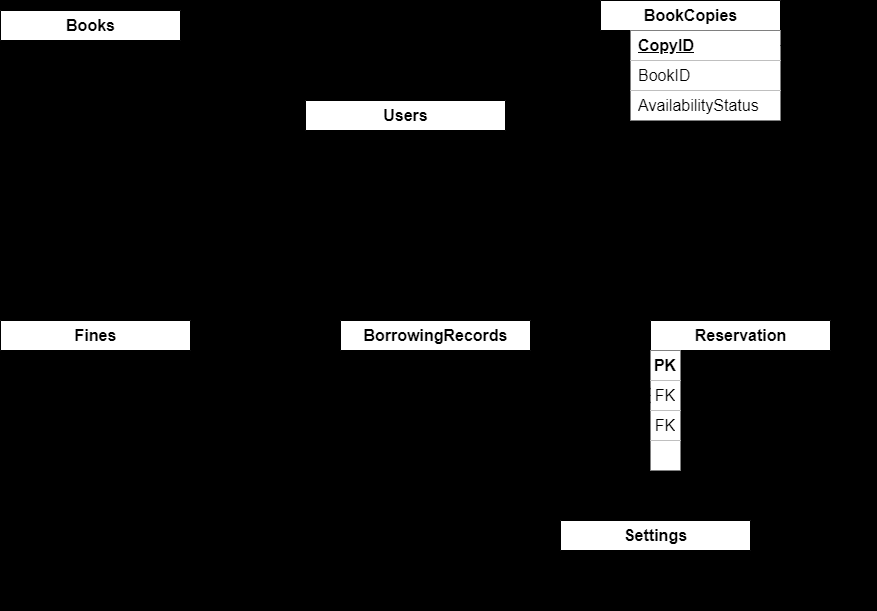
Above: Library Relational Schema.png in amineElgaini/LibraryApp (draw.io), before the change. Source tidied: cells renumbered, new cells last; positions are measured from the earlier drawing's top-left corner, leaving out a move shared by most shapes.
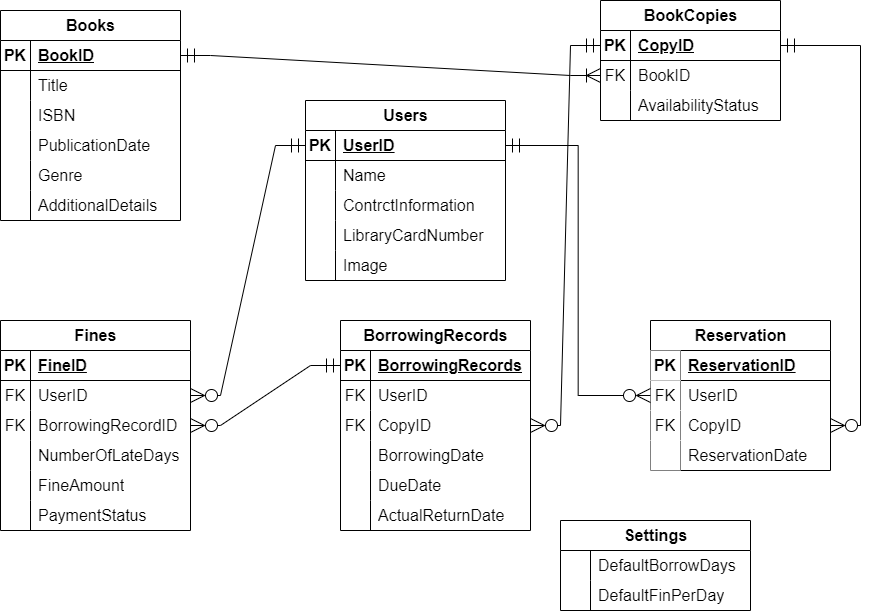
Above is the later version.

What changed in the source:
```diff
@@ -1,4 +1,4 @@
-<mxGraphModel background="#000000">
+<mxGraphModel>
   <root>
     <mxCell id="0" />
     <mxCell id="1" parent="0" />
@@ -68,7 +68,7 @@
     <mxCell id="23" value="PK" style="shape=partialRectangle;fillColor=none;top=0;left=0;bottom=0;right=0;fontStyle=1;overflow=hidden;whiteSpace=wrap;html=1;fontSize=16;" parent="22" vertex="1">
       <mxGeometry width="30" height="30" as="geometry" />
     </mxCell>
-    <mxCell id="24" value="CopyID" style="shape=partialRectangle;fillColor=default;top=0;left=0;bottom=0;right=0;align=left;spacingLeft=6;fontStyle=5;overflow=hidden;whiteSpace=wrap;html=1;fontSize=16;" parent="22" vertex="1">
+    <mxCell id="24" value="CopyID" style="shape=partialRectangle;fillColor=none;top=0;left=0;bottom=0;right=0;align=left;spacingLeft=6;fontStyle=5;overflow=hidden;whiteSpace=wrap;html=1;fontSize=16;" parent="22" vertex="1">
       <mxGeometry x="30" width="150" height="30" as="geometry" />
     </mxCell>
     <mxCell id="25" style="shape=tableRow;horizontal=0;startSize=0;swimlaneHead=0;swimlaneBody=0;fillColor=none;points=[[0,0.5],[1,0.5]];portConstraint=eastwest;top=0;left=0;right=0;bottom=0;fontSize=16;" parent="21" vertex="1">
@@ -77,7 +77,7 @@
     <mxCell id="26" value="FK" style="shape=partialRectangle;fillColor=none;top=0;left=0;bottom=0;right=0;overflow=hidden;whiteSpace=wrap;html=1;fontSize=16;" parent="25" vertex="1">
       <mxGeometry width="30" height="30" as="geometry" />
     </mxCell>
-    <mxCell id="27" value="BookID" style="shape=partialRectangle;fillColor=default;top=0;left=0;bottom=0;right=0;align=left;spacingLeft=6;overflow=hidden;whiteSpace=wrap;html=1;fontSize=16;" parent="25" vertex="1">
+    <mxCell id="27" value="BookID" style="shape=partialRectangle;fillColor=none;top=0;left=0;bottom=0;right=0;align=left;spacingLeft=6;overflow=hidden;whiteSpace=wrap;html=1;fontSize=16;" parent="25" vertex="1">
       <mxGeometry x="30" width="150" height="30" as="geometry" />
     </mxCell>
     <mxCell id="28" style="shape=tableRow;horizontal=0;startSize=0;swimlaneHead=0;swimlaneBody=0;fillColor=none;top=0;left=0;right=0;bottom=0;fontSize=16;" parent="21" vertex="1">
@@ -86,7 +86,7 @@
     <mxCell id="29" style="shape=partialRectangle;fillColor=none;top=0;left=0;bottom=0;right=0;overflow=hidden;whiteSpace=wrap;html=1;fontSize=16;" parent="28" vertex="1">
       <mxGeometry width="30" height="30" as="geometry" />
     </mxCell>
-    <mxCell id="30" value="AvailabilityStatus" style="shape=partialRectangle;fillColor=default;top=0;left=0;bottom=0;right=0;align=left;spacingLeft=6;overflow=hidden;whiteSpace=wrap;html=1;fontSize=16;" parent="28" vertex="1">
+    <mxCell id="30" value="AvailabilityStatus" style="shape=partialRectangle;fillColor=none;top=0;left=0;bottom=0;right=0;align=left;spacingLeft=6;overflow=hidden;whiteSpace=wrap;html=1;fontSize=16;" parent="28" vertex="1">
       <mxGeometry x="30" width="150" height="30" as="geometry" />
     </mxCell>
     <mxCell id="31" value="Users" style="shape=table;startSize=30;rowLines=0;fontStyle=1;align=center;html=1;fontSize=16;swimlaneLine=1;rounded=0;shadow=0;" parent="1" vertex="1">
```
